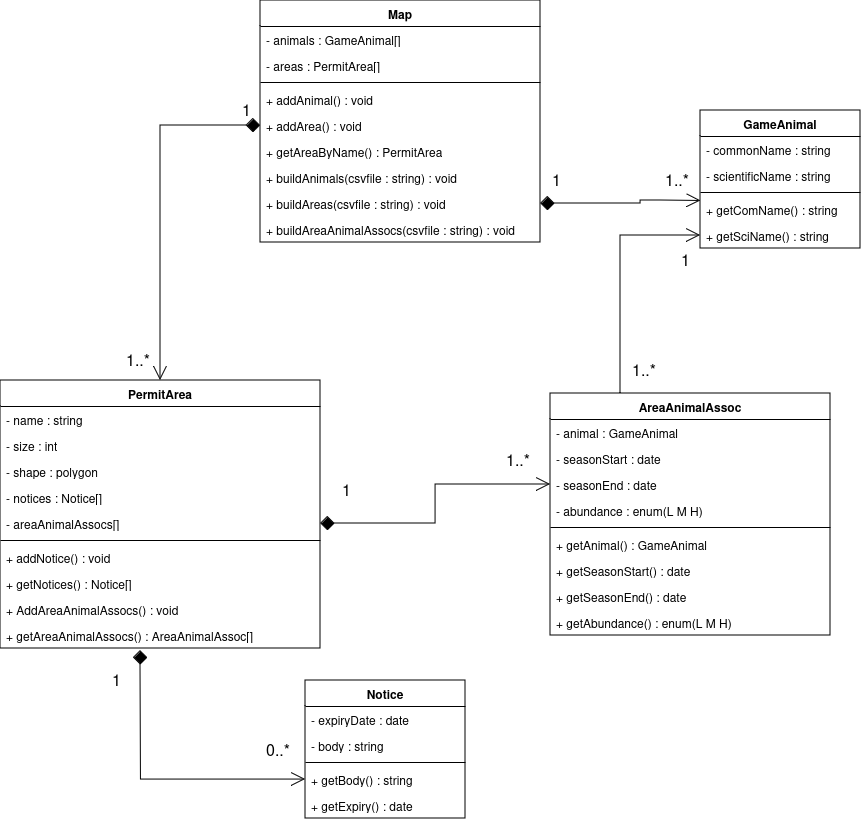
This is Class Diagram.png from h0dgep0dge/itsd6.349, a draw.io export, as it was before one commit. Source tidied: cells renumbered, new cells last; positions are measured from the earlier drawing's top-left corner, leaving out a move shared by most shapes.
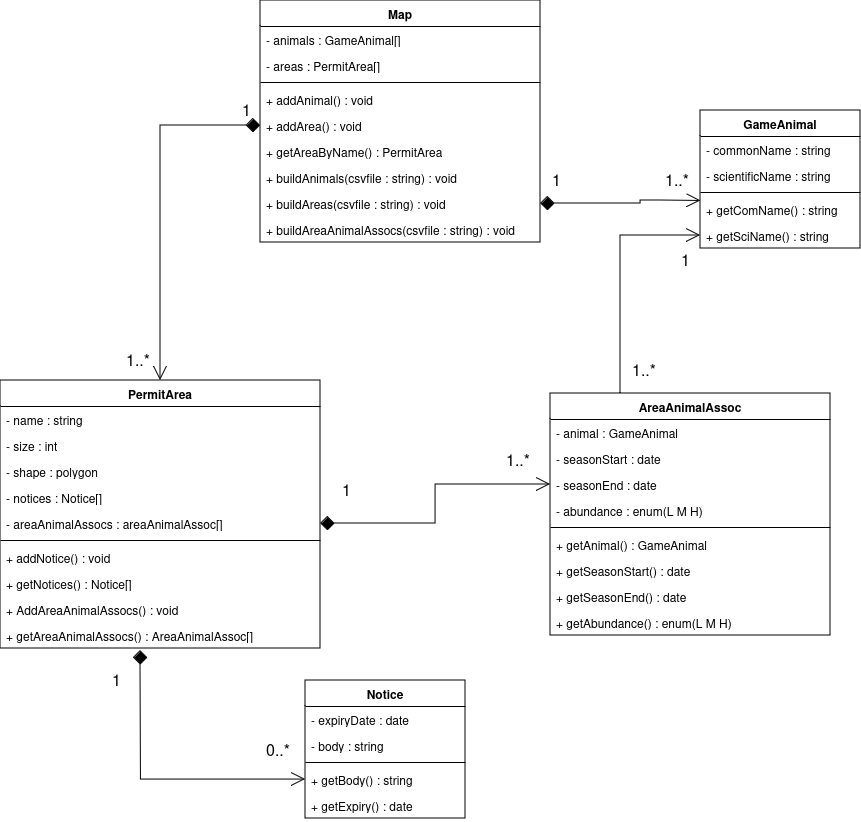
After the change.

Change to the diagram source:
```diff
@@ -17,7 +17,7 @@
     <mxCell id="6" value="- notices : Notice[]" style="text;strokeColor=none;fillColor=none;align=left;verticalAlign=top;spacingLeft=4;spacingRight=4;overflow=hidden;whiteSpace=wrap;html=1;" parent="2" vertex="1">
       <mxGeometry y="104" width="320" height="26" as="geometry" />
     </mxCell>
-    <mxCell id="7" value="- areaAnimalAssocs[]" style="text;strokeColor=none;fillColor=none;align=left;verticalAlign=top;spacingLeft=4;spacingRight=4;overflow=hidden;points=[[0,0.5],[1,0.5]];portConstraint=eastwest;whiteSpace=wrap;html=1;" parent="2" vertex="1">
+    <mxCell id="7" value="- areaAnimalAssocs : areaAnimalAssoc[]" style="text;strokeColor=none;fillColor=none;align=left;verticalAlign=top;spacingLeft=4;spacingRight=4;overflow=hidden;points=[[0,0.5],[1,0.5]];portConstraint=eastwest;whiteSpace=wrap;html=1;" parent="2" vertex="1">
       <mxGeometry y="130" width="320" height="26" as="geometry" />
     </mxCell>
     <mxCell id="8" style="line;strokeWidth=1;fillColor=none;align=left;verticalAlign=middle;spacingTop=-1;spacingLeft=3;spacingRight=3;labelPosition=right;strokeColor=inherit;" parent="2" vertex="1">
```
